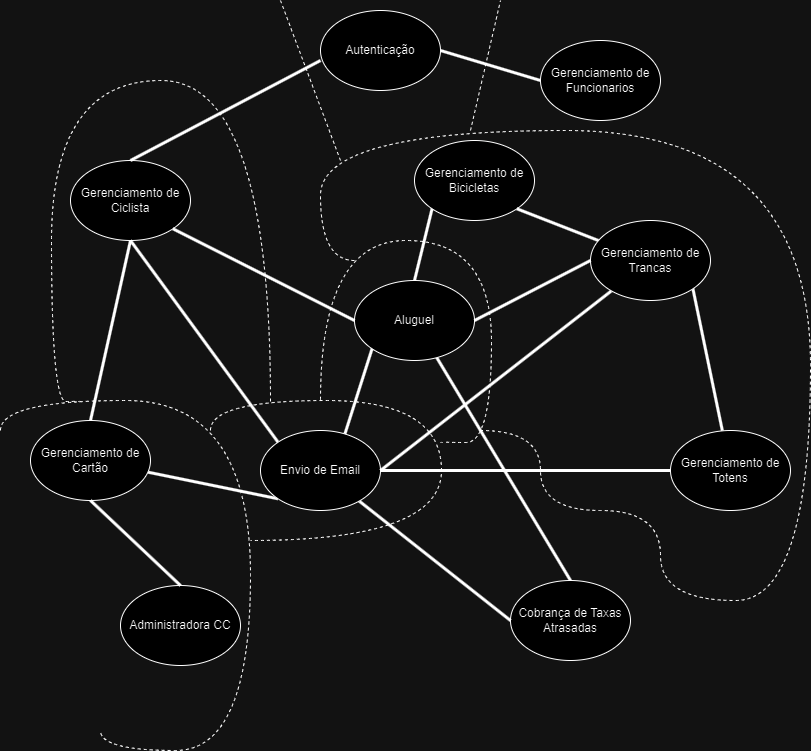
Before: contextos.drawio.png, a diagram exported from draw.io (jaum1234/Microservicos_Engenharia-de-Software-2). Source tidied: cells renumbered, new cells last; positions are measured from the earlier drawing's top-left corner, leaving out a move shared by most shapes.
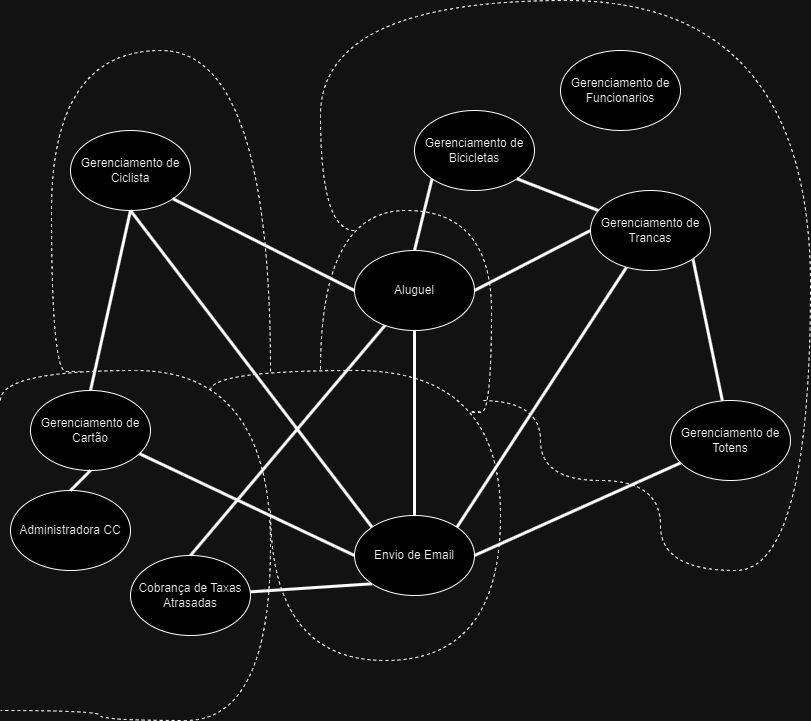
The same file after the commit.

Commit message:
feat: finalizando modelagem dos casos de uso e alterando diagrama de contexto.

Change to the diagram source:
```diff
@@ -11,30 +11,21 @@
     <mxCell id="4" value="Aluguel" style="ellipse;whiteSpace=wrap;html=1;" parent="1" vertex="1">
       <mxGeometry x="354" y="280" width="120" height="80" as="geometry" />
     </mxCell>
-    <mxCell id="5" style="edgeStyle=none;shape=connector;rounded=0;jettySize=auto;html=1;entryX=0;entryY=1;entryDx=0;entryDy=0;labelBackgroundColor=default;strokeColor=default;align=center;verticalAlign=middle;fontFamily=Helvetica;fontSize=11;fontColor=default;endArrow=none;strokeWidth=3;" parent="1" edge="1" source="6" target="22">
+    <mxCell id="5" style="edgeStyle=none;shape=connector;rounded=0;jettySize=auto;html=1;entryX=0;entryY=0.5;entryDx=0;entryDy=0;labelBackgroundColor=default;strokeColor=default;align=center;verticalAlign=middle;fontFamily=Helvetica;fontSize=11;fontColor=default;endArrow=none;strokeWidth=3;" parent="1" edge="1" source="6" target="22">
       <mxGeometry relative="1" as="geometry" />
     </mxCell>
     <mxCell id="6" value="Gerenciamento de Cartão" style="ellipse;whiteSpace=wrap;html=1;" parent="1" vertex="1">
       <mxGeometry x="30" y="420" width="120" height="80" as="geometry" />
     </mxCell>
     <mxCell id="7" value="Administradora CC" style="ellipse;whiteSpace=wrap;html=1;" parent="1" vertex="1">
-      <mxGeometry x="120" y="585" width="120" height="80" as="geometry" />
+      <mxGeometry x="10" y="520" width="120" height="80" as="geometry" />
     </mxCell>
     <mxCell id="8" value="Cobrança de Taxas Atrasadas" style="ellipse;whiteSpace=wrap;html=1;" parent="1" vertex="1">
-      <mxGeometry x="510" y="580" width="120" height="80" as="geometry" />
+      <mxGeometry x="130" y="585" width="120" height="80" as="geometry" />
     </mxCell>
     <mxCell id="9" style="edgeStyle=orthogonalEdgeStyle;rounded=0;jettySize=auto;html=1;strokeColor=none;" parent="1" edge="1" source="22" target="4">
       <mxGeometry relative="1" as="geometry" />
     </mxCell>
-    <mxCell id="10" style="edgeStyle=none;shape=connector;rounded=0;jettySize=auto;html=1;entryX=0.5;entryY=0;entryDx=0;entryDy=0;labelBackgroundColor=default;strokeColor=default;align=center;verticalAlign=middle;fontFamily=Helvetica;fontSize=11;fontColor=default;endArrow=none;exitX=0;exitY=0.625;exitDx=0;exitDy=0;exitPerimeter=0;strokeWidth=3;" parent="1" edge="1" source="12" target="2">
-      <mxGeometry relative="1" as="geometry" />
-    </mxCell>
-    <mxCell id="11" style="edgeStyle=none;shape=connector;rounded=0;jettySize=auto;html=1;exitX=1;exitY=0.5;exitDx=0;exitDy=0;entryX=0;entryY=0.5;entryDx=0;entryDy=0;labelBackgroundColor=default;strokeColor=default;align=center;verticalAlign=middle;fontFamily=Helvetica;fontSize=11;fontColor=default;endArrow=none;strokeWidth=3;" parent="1" edge="1" source="12" target="30">
-      <mxGeometry relative="1" as="geometry" />
-    </mxCell>
-    <mxCell id="12" value="Autenticação" style="ellipse;whiteSpace=wrap;html=1;" parent="1" vertex="1">
-      <mxGeometry x="320" y="10" width="120" height="80" as="geometry" />
-    </mxCell>
     <mxCell id="13" style="endArrow=none;html=1;rounded=0;entryX=0.5;entryY=1;entryDx=0;entryDy=0;exitX=0.5;exitY=0;exitDx=0;exitDy=0;strokeWidth=3;" parent="1" edge="1" source="6" target="2">
       <mxGeometry relative="1" as="geometry" />
     </mxCell>
@@ -47,23 +38,22 @@
     <mxCell id="16" style="endArrow=none;html=1;rounded=0;entryX=0.5;entryY=0;entryDx=0;entryDy=0;exitX=0.5;exitY=1;exitDx=0;exitDy=0;strokeWidth=3;" parent="1" edge="1" source="6" target="7">
       <mxGeometry relative="1" as="geometry" />
     </mxCell>
-    <mxCell id="17" style="endArrow=none;html=1;rounded=0;entryX=0;entryY=1;entryDx=0;entryDy=0;exitX=0.5;exitY=1;exitDx=0;exitDy=0;strokeWidth=3;" parent="1" edge="1" source="22" target="4">
-      <mxGeometry relative="1" as="geometry" />
-    </mxCell>
     <mxCell id="18" value="Gerenciamento de Bicicletas" style="ellipse;whiteSpace=wrap;html=1;" parent="1" vertex="1">
       <mxGeometry x="414" y="140" width="120" height="80" as="geometry" />
     </mxCell>
     <mxCell id="19" style="endArrow=none;html=1;rounded=0;entryX=0.5;entryY=0;entryDx=0;entryDy=0;exitX=0;exitY=1;exitDx=0;exitDy=0;strokeWidth=3;" parent="1" edge="1" source="18" target="4">
       <mxGeometry relative="1" as="geometry" />
     </mxCell>
-    <mxCell id="20" style="edgeStyle=orthogonalEdgeStyle;rounded=0;jettySize=auto;html=1;strokeColor=none;" parent="1" edge="1" source="12" target="22">
-      <mxGeometry relative="1" as="geometry" />
+    <mxCell id="20" style="edgeStyle=orthogonalEdgeStyle;rounded=0;jettySize=auto;html=1;strokeColor=none;" parent="1" edge="1" target="22">
+      <mxGeometry relative="1" as="geometry">
+        <mxPoint x="380" y="90" as="sourcePoint" />
+      </mxGeometry>
     </mxCell>
-    <mxCell id="21" style="edgeStyle=none;shape=connector;rounded=0;jettySize=auto;html=1;entryX=0;entryY=0.5;entryDx=0;entryDy=0;labelBackgroundColor=default;strokeColor=default;align=center;verticalAlign=middle;fontFamily=Helvetica;fontSize=11;fontColor=default;endArrow=none;strokeWidth=3;" parent="1" edge="1" source="22" target="8">
+    <mxCell id="21" style="edgeStyle=none;shape=connector;rounded=0;jettySize=auto;html=1;labelBackgroundColor=default;strokeColor=default;align=center;verticalAlign=middle;fontFamily=Helvetica;fontSize=11;fontColor=default;endArrow=none;strokeWidth=3;exitX=0;exitY=1;exitDx=0;exitDy=0;" parent="1" edge="1" source="22" target="8">
       <mxGeometry relative="1" as="geometry" />
     </mxCell>
     <mxCell id="22" value="Envio de Email" style="ellipse;whiteSpace=wrap;html=1;" parent="1" vertex="1">
-      <mxGeometry x="260" y="430" width="120" height="80" as="geometry" />
+      <mxGeometry x="354" y="545" width="120" height="80" as="geometry" />
     </mxCell>
     <mxCell id="23" style="edgeStyle=none;shape=connector;rounded=0;jettySize=auto;html=1;entryX=1;entryY=1;entryDx=0;entryDy=0;labelBackgroundColor=default;strokeColor=default;align=center;verticalAlign=middle;fontFamily=Helvetica;fontSize=11;fontColor=default;endArrow=none;strokeWidth=3;" parent="1" edge="1" source="25" target="28">
       <mxGeometry relative="1" as="geometry" />
@@ -77,7 +67,7 @@
     <mxCell id="26" style="edgeStyle=none;shape=connector;rounded=0;jettySize=auto;html=1;entryX=1;entryY=1;entryDx=0;entryDy=0;labelBackgroundColor=default;strokeColor=default;align=center;verticalAlign=middle;fontFamily=Helvetica;fontSize=11;fontColor=default;endArrow=none;strokeWidth=3;" parent="1" edge="1" source="28" target="18">
       <mxGeometry relative="1" as="geometry" />
     </mxCell>
-    <mxCell id="27" style="edgeStyle=none;shape=connector;rounded=0;jettySize=auto;html=1;entryX=1;entryY=0.5;entryDx=0;entryDy=0;labelBackgroundColor=default;strokeColor=default;align=center;verticalAlign=middle;fontFamily=Helvetica;fontSize=11;fontColor=default;endArrow=none;strokeWidth=3;" parent="1" edge="1" source="28" target="22">
+    <mxCell id="27" style="edgeStyle=none;shape=connector;rounded=0;jettySize=auto;html=1;entryX=1;entryY=0;entryDx=0;entryDy=0;labelBackgroundColor=default;strokeColor=default;align=center;verticalAlign=middle;fontFamily=Helvetica;fontSize=11;fontColor=default;endArrow=none;strokeWidth=3;" parent="1" edge="1" source="28" target="22">
       <mxGeometry relative="1" as="geometry" />
     </mxCell>
     <mxCell id="28" value="Gerenciamento de Trancas" style="ellipse;whiteSpace=wrap;html=1;" parent="1" vertex="1">
@@ -87,35 +77,39 @@
       <mxGeometry relative="1" as="geometry" />
     </mxCell>
     <mxCell id="30" value="Gerenciamento de Funcionarios" style="ellipse;whiteSpace=wrap;html=1;" parent="1" vertex="1">
-      <mxGeometry x="540" y="40" width="120" height="80" as="geometry" />
+      <mxGeometry x="560" y="80" width="120" height="80" as="geometry" />
     </mxCell>
     <mxCell id="31" style="endArrow=none;dashed=1;html=1;rounded=0;labelBackgroundColor=default;strokeColor=default;align=center;verticalAlign=middle;fontFamily=Helvetica;fontSize=11;fontColor=default;shape=connector;edgeStyle=orthogonalEdgeStyle;curved=1;" parent="1" edge="1">
       <mxGeometry relative="1" as="geometry">
         <mxPoint y="430" as="sourcePoint" />
-        <mxPoint x="100" y="730" as="targetPoint" />
+        <mxPoint y="740" as="targetPoint" />
         <Array as="points">
           <mxPoint y="400" />
-          <mxPoint x="250" y="400" />
-          <mxPoint x="250" y="750" />
+          <mxPoint x="270" y="400" />
+          <mxPoint x="270" y="750" />
+          <mxPoint x="100" y="750" />
         </Array>
       </mxGeometry>
     </mxCell>
     <mxCell id="32" style="endArrow=none;dashed=1;html=1;rounded=0;labelBackgroundColor=default;strokeColor=default;align=center;verticalAlign=middle;fontFamily=Helvetica;fontSize=11;fontColor=default;shape=connector;edgeStyle=orthogonalEdgeStyle;curved=1;" parent="1" edge="1">
       <mxGeometry relative="1" as="geometry">
-        <mxPoint x="210" y="430" as="sourcePoint" />
-        <mxPoint x="250" y="540" as="targetPoint" />
+        <mxPoint x="210" y="420" as="sourcePoint" />
+        <mxPoint x="270" y="540" as="targetPoint" />
         <Array as="points">
           <mxPoint x="210" y="400" />
-          <mxPoint x="441" y="400" />
+          <mxPoint x="500" y="400" />
+          <mxPoint x="500" y="690" />
+          <mxPoint x="270" y="690" />
         </Array>
       </mxGeometry>
     </mxCell>
     <mxCell id="33" style="endArrow=none;dashed=1;html=1;rounded=0;labelBackgroundColor=default;strokeColor=default;align=center;verticalAlign=middle;fontFamily=Helvetica;fontSize=11;fontColor=default;shape=connector;edgeStyle=orthogonalEdgeStyle;curved=1;" parent="1" edge="1">
       <mxGeometry relative="1" as="geometry">
-        <mxPoint x="440" y="441" as="sourcePoint" />
+        <mxPoint x="480" y="442" as="sourcePoint" />
         <mxPoint x="320" y="400" as="targetPoint" />
         <Array as="points">
-          <mxPoint x="440" y="442" />
+          <mxPoint x="470" y="441" />
+          <mxPoint x="470" y="442" />
           <mxPoint x="491" y="442" />
           <mxPoint x="491" y="240" />
           <mxPoint x="320" y="240" />
@@ -140,8 +134,8 @@
         <mxPoint x="480" y="430" as="targetPoint" />
         <Array as="points">
           <mxPoint x="320" y="260" />
-          <mxPoint x="320" y="130" />
-          <mxPoint x="810" y="130" />
+          <mxPoint x="320" y="30" />
+          <mxPoint x="810" y="30" />
           <mxPoint x="810" y="600" />
           <mxPoint x="660" y="600" />
           <mxPoint x="660" y="510" />
@@ -150,17 +144,8 @@
         </Array>
       </mxGeometry>
     </mxCell>
-    <mxCell id="36" style="endArrow=none;dashed=1;html=1;rounded=0;" parent="1" edge="1">
-      <mxGeometry relative="1" as="geometry">
-        <mxPoint x="340" y="160" as="sourcePoint" />
-        <mxPoint x="280" as="targetPoint" />
-      </mxGeometry>
-    </mxCell>
-    <mxCell id="37" style="endArrow=none;dashed=1;html=1;rounded=0;" parent="1" edge="1">
-      <mxGeometry relative="1" as="geometry">
-        <mxPoint x="470" y="130" as="sourcePoint" />
-        <mxPoint x="500" as="targetPoint" />
-      </mxGeometry>
-    </mxCell>
+    <mxCell id="38" style="edgeStyle=none;shape=connector;rounded=0;jettySize=auto;html=1;entryX=0.5;entryY=0;entryDx=0;entryDy=0;labelBackgroundColor=default;strokeColor=default;align=center;verticalAlign=middle;fontFamily=Helvetica;fontSize=11;fontColor=default;endArrow=none;strokeWidth=3;exitX=0.5;exitY=1;exitDx=0;exitDy=0;" parent="1" edge="1" source="4" target="22">
+      <mxGeometry relative="1" as="geometry" />
+    </mxCell>
   </root>
 </mxGraphModel>
```
